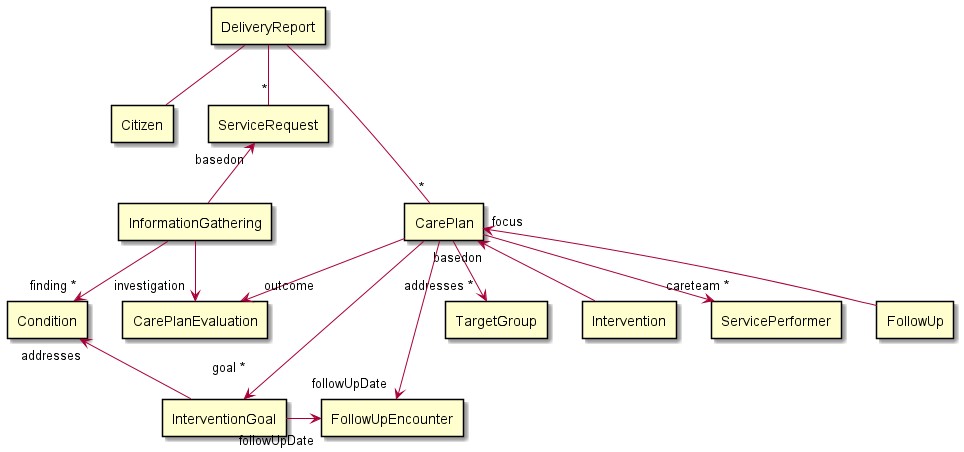
Above: input/images/DeliveryReport.png in hl7dk/kl-ffb-reporting (PlantUML), before the change.
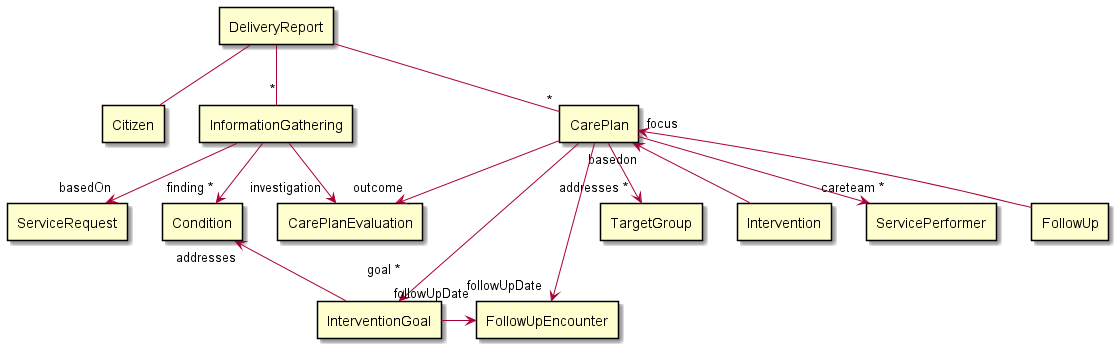
After the commit.

What changed in the source:
```diff
@@ -24,13 +24,13 @@
 rectangle "FollowUp" as followup
 
 report -- citizen
-report --"*" request
+report --"*" information
 report --"*" careplan
 
 information -->"finding *" condition
 information -->"investigation" careplanevaluation
 
-request "basedon"<-- information
+information -->"basedOn" request
 careplan -->"goal *\n" goal
 careplan -->"outcome" careplanevaluation
 careplan -->"addresses *" targetgroup
```
